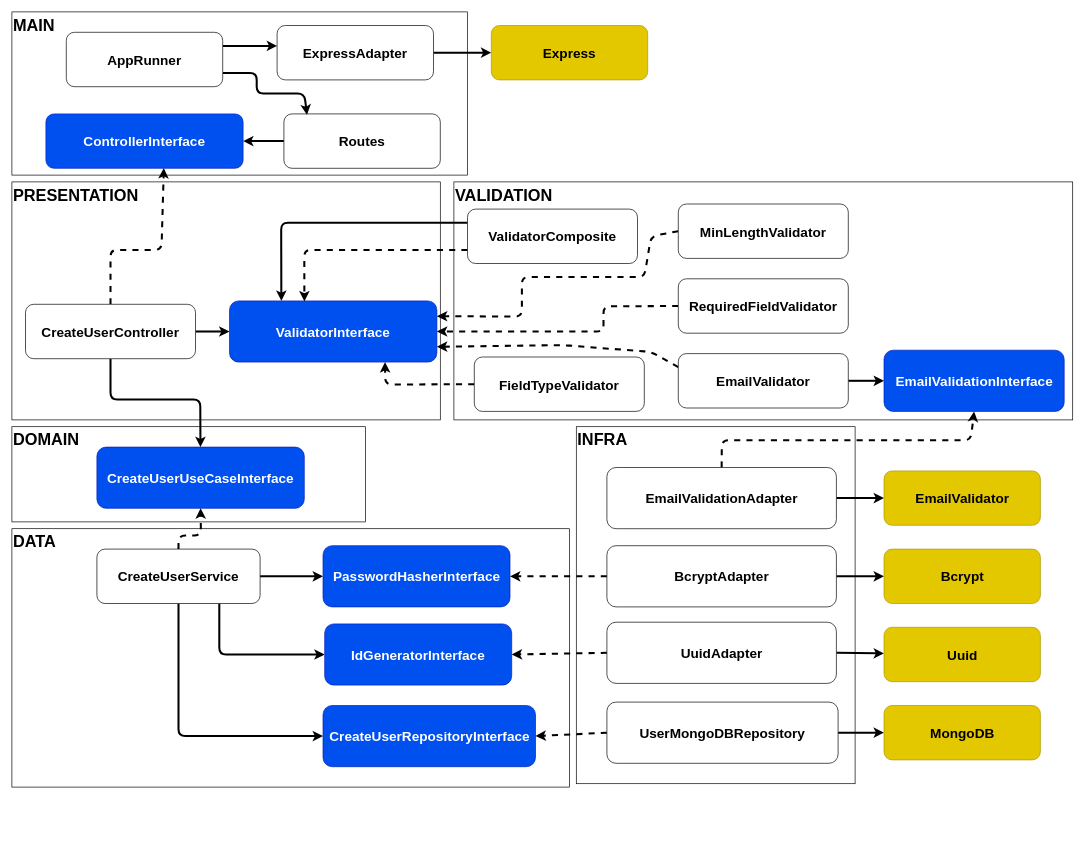
The draw.io diagram diagrams/drawio/create-user.drawio in DouglasVolcato/pet-adoption-backend, before the edit. Source tidied: cells renumbered, new cells numbered last; positions are measured from the earlier drawing's top-left corner, leaving out a move shared by most shapes. Both pictures are drawn from the tidied source at 68%, with x=0, y=0 at pixel (12, 12).
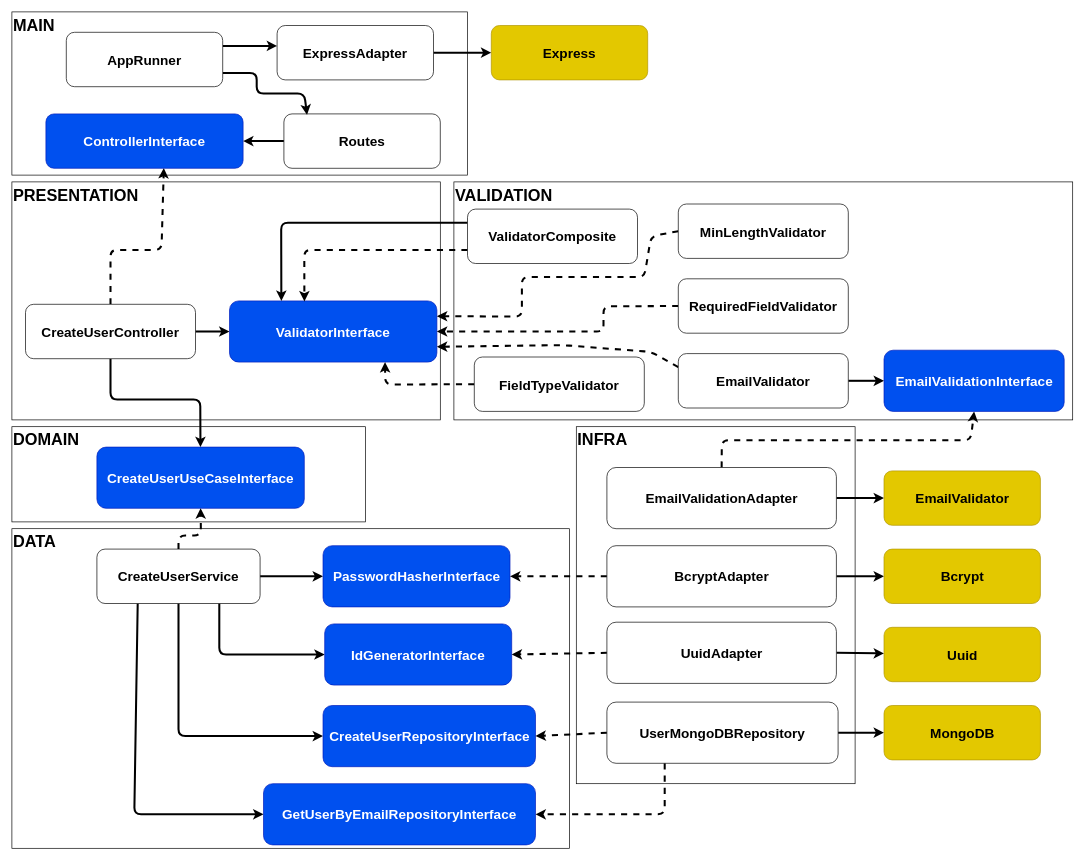
The same diagram, later.

Commit message:
chore: implemet diagrams

The change refers to these unchanged cells:
```xml
<mxCell id="13" value="CreateUserService" style="rounded=1;whiteSpace=wrap;html=1;fontSize=20;fontStyle=1;" parent="1" vertex="1">
  <mxGeometry x="125" y="790" width="240" height="80" as="geometry" />
</mxCell>
<mxCell id="38" value="UserMongoDBRepository" style="rounded=1;whiteSpace=wrap;html=1;fontSize=20;fontStyle=1;" parent="1" vertex="1">
  <mxGeometry x="875" y="1015" width="340" height="90" as="geometry" />
</mxCell>
```

Diff of the diagram source:
```diff
@@
     <mxCell id="4" style="rounded=0;whiteSpace=wrap;html=1;fontSize=20;fontStyle=1;" parent="1" vertex="1">
-      <mxGeometry y="760" width="820" height="380" as="geometry" />
+      <mxGeometry y="760" width="820" height="470" as="geometry" />
     </mxCell>
@@
+    <mxCell id="67" style="edgeStyle=none;html=1;exitX=0.25;exitY=1;exitDx=0;exitDy=0;entryX=0;entryY=0.5;entryDx=0;entryDy=0;strokeWidth=3;" parent="1" edge="1" source="13" target="69">
+      <mxGeometry relative="1" as="geometry">
+        <Array as="points">
+          <mxPoint x="180" y="1180" />
+        </Array>
+      </mxGeometry>
+    </mxCell>
@@
+    <mxCell id="68" style="edgeStyle=none;html=1;exitX=0.25;exitY=1;exitDx=0;exitDy=0;entryX=1;entryY=0.5;entryDx=0;entryDy=0;strokeWidth=3;dashed=1;" parent="1" edge="1" source="38" target="69">
+      <mxGeometry relative="1" as="geometry">
+        <Array as="points">
+          <mxPoint x="960" y="1180" />
+        </Array>
+      </mxGeometry>
+    </mxCell>
@@
+    <mxCell id="69" value="GetUserByEmailRepositoryInterface" style="rounded=1;whiteSpace=wrap;html=1;fillColor=#0050ef;fontColor=#ffffff;strokeColor=#001DBC;fontSize=20;fontStyle=1;" parent="1" vertex="1">
+      <mxGeometry x="370" y="1135" width="400" height="90" as="geometry" />
+    </mxCell>
```
